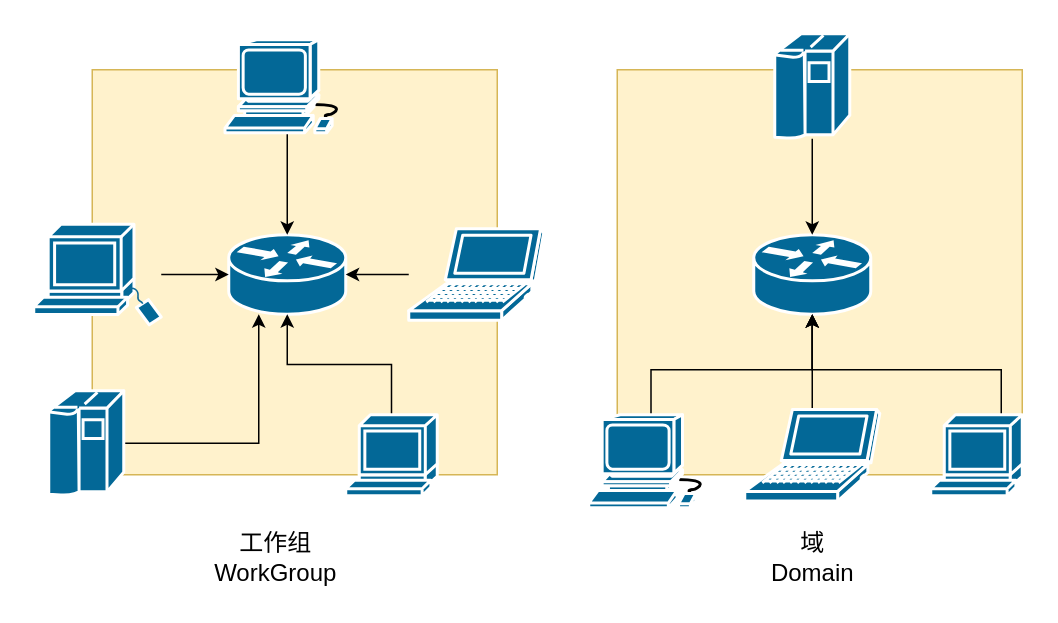
Earlier version of the draw.io diagram assets/img/Integrated/Windows/笔记/域/1.drawio (ffffffff0x/1earn). Source tidied: cells renumbered, new cells numbered last; positions are measured from the earlier drawing's top-left corner, leaving out a move shared by most shapes. Both pictures are drawn from the tidied source at 150%, with x=0, y=0 at pixel (33, 33).
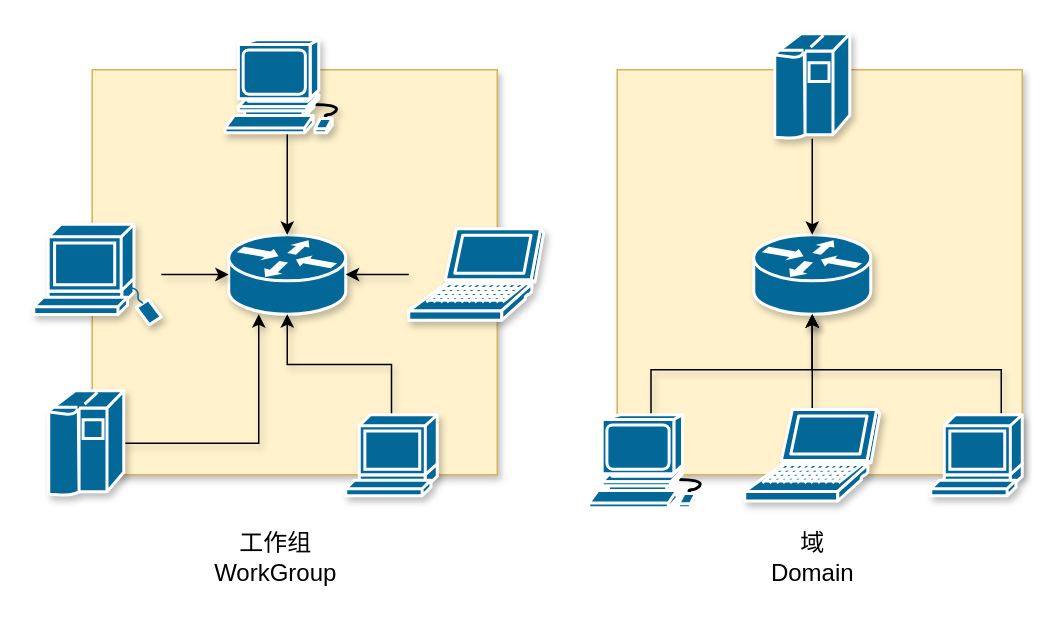
After the change.

The change refers to these unchanged cells:
```xml
<mxCell id="22" style="shape=mxgraph.cisco.computers_and_peripherals.workstation;html=1;dashed=0;fillColor=#036897;strokeColor=#ffffff;strokeWidth=2;verticalLabelPosition=bottom;verticalAlign=top;align=center;outlineConnect=0;" parent="1" vertex="1">
  <mxGeometry x="370" y="254" width="83" height="62" as="geometry" />
</mxCell>
```

Diff of the diagram source:
```diff
@@
-    <mxCell id="2" style="whiteSpace=wrap;html=1;fillColor=#fff2cc;strokeColor=#d6b656;" parent="1" vertex="1">
+    <mxCell id="2" style="whiteSpace=wrap;html=1;fillColor=#fff2cc;strokeColor=#d6b656;shadow=1;" parent="1" vertex="1">
       <mxGeometry x="39" y="24" width="270" height="270" as="geometry" />
     </mxCell>
-    <mxCell id="3" style="shape=mxgraph.cisco.routers.router;html=1;dashed=0;fillColor=#036897;strokeColor=#ffffff;strokeWidth=2;verticalLabelPosition=bottom;verticalAlign=top;align=center;outlineConnect=0;" parent="1" vertex="1">
+    <mxCell id="3" style="shape=mxgraph.cisco.routers.router;html=1;dashed=0;fillColor=#036897;strokeColor=#ffffff;strokeWidth=2;verticalLabelPosition=bottom;verticalAlign=top;align=center;outlineConnect=0;shadow=1;" parent="1" vertex="1">
       <mxGeometry x="130" y="134" width="78" height="53" as="geometry" />
     </mxCell>
-    <mxCell id="4" style="edgeStyle=orthogonalEdgeStyle;rounded=0;jettySize=auto;html=1;" parent="1" edge="1" source="5" target="3">
+    <mxCell id="4" style="edgeStyle=orthogonalEdgeStyle;rounded=0;jettySize=auto;html=1;shadow=1;" parent="1" edge="1" source="5" target="3">
       <mxGeometry relative="1" as="geometry" />
     </mxCell>
-    <mxCell id="5" style="shape=mxgraph.cisco.computers_and_peripherals.laptop;html=1;dashed=0;fillColor=#036897;strokeColor=#ffffff;strokeWidth=2;verticalLabelPosition=bottom;verticalAlign=top;align=center;outlineConnect=0;" parent="1" vertex="1">
+    <mxCell id="5" style="shape=mxgraph.cisco.computers_and_peripherals.laptop;html=1;dashed=0;fillColor=#036897;strokeColor=#ffffff;strokeWidth=2;verticalLabelPosition=bottom;verticalAlign=top;align=center;outlineConnect=0;shadow=1;" parent="1" vertex="1">
       <mxGeometry x="250" y="130" width="90" height="61" as="geometry" />
     </mxCell>
-    <mxCell id="6" style="edgeStyle=orthogonalEdgeStyle;rounded=0;jettySize=auto;html=1;" parent="1" edge="1" source="7" target="3">
+    <mxCell id="6" style="edgeStyle=orthogonalEdgeStyle;rounded=0;jettySize=auto;html=1;shadow=1;" parent="1" edge="1" source="7" target="3">
       <mxGeometry relative="1" as="geometry" />
     </mxCell>
-    <mxCell id="7" style="shape=mxgraph.cisco.computers_and_peripherals.terminal;html=1;dashed=0;fillColor=#036897;strokeColor=#ffffff;strokeWidth=2;verticalLabelPosition=bottom;verticalAlign=top;align=center;outlineConnect=0;" parent="1" vertex="1">
+    <mxCell id="7" style="shape=mxgraph.cisco.computers_and_peripherals.terminal;html=1;dashed=0;fillColor=#036897;strokeColor=#ffffff;strokeWidth=2;verticalLabelPosition=bottom;verticalAlign=top;align=center;outlineConnect=0;shadow=1;" parent="1" vertex="1">
       <mxGeometry x="208" y="254" width="61" height="54" as="geometry" />
     </mxCell>
-    <mxCell id="8" style="edgeStyle=orthogonalEdgeStyle;rounded=0;jettySize=auto;html=1;" parent="1" edge="1" source="9" target="3">
+    <mxCell id="8" style="edgeStyle=orthogonalEdgeStyle;rounded=0;jettySize=auto;html=1;shadow=1;" parent="1" edge="1" source="9" target="3">
       <mxGeometry relative="1" as="geometry" />
     </mxCell>
-    <mxCell id="9" style="shape=mxgraph.cisco.computers_and_peripherals.sun_workstation;html=1;dashed=0;fillColor=#036897;strokeColor=#ffffff;strokeWidth=2;verticalLabelPosition=bottom;verticalAlign=top;align=center;outlineConnect=0;" parent="1" vertex="1">
+    <mxCell id="9" style="shape=mxgraph.cisco.computers_and_peripherals.sun_workstation;html=1;dashed=0;fillColor=#036897;strokeColor=#ffffff;strokeWidth=2;verticalLabelPosition=bottom;verticalAlign=top;align=center;outlineConnect=0;shadow=1;" parent="1" vertex="1">
       <mxGeometry y="127" width="85" height="67" as="geometry" />
     </mxCell>
-    <mxCell id="10" style="edgeStyle=orthogonalEdgeStyle;rounded=0;jettySize=auto;html=1;" parent="1" edge="1" source="11" target="3">
+    <mxCell id="10" style="edgeStyle=orthogonalEdgeStyle;rounded=0;jettySize=auto;html=1;shadow=1;" parent="1" edge="1" source="11" target="3">
       <mxGeometry relative="1" as="geometry" />
     </mxCell>
-    <mxCell id="11" style="shape=mxgraph.cisco.computers_and_peripherals.workstation;html=1;dashed=0;fillColor=#036897;strokeColor=#ffffff;strokeWidth=2;verticalLabelPosition=bottom;verticalAlign=top;align=center;outlineConnect=0;" parent="1" vertex="1">
+    <mxCell id="11" style="shape=mxgraph.cisco.computers_and_peripherals.workstation;html=1;dashed=0;fillColor=#036897;strokeColor=#ffffff;strokeWidth=2;verticalLabelPosition=bottom;verticalAlign=top;align=center;outlineConnect=0;shadow=1;" parent="1" vertex="1">
       <mxGeometry x="127.5" y="4" width="83" height="62" as="geometry" />
     </mxCell>
-    <mxCell id="12" style="edgeStyle=orthogonalEdgeStyle;rounded=0;jettySize=auto;html=1;" parent="1" edge="1" source="13" target="3">
+    <mxCell id="12" style="edgeStyle=orthogonalEdgeStyle;rounded=0;jettySize=auto;html=1;shadow=1;" parent="1" edge="1" source="13" target="3">
       <mxGeometry relative="1" as="geometry">
         <Array as="points">
           <mxPoint x="150" y="273" />
         </Array>
       </mxGeometry>
     </mxCell>
-    <mxCell id="13" style="shape=mxgraph.cisco.computers_and_peripherals.ibm_mainframe;html=1;dashed=0;fillColor=#036897;strokeColor=#ffffff;strokeWidth=2;verticalLabelPosition=bottom;verticalAlign=top;align=center;outlineConnect=0;" parent="1" vertex="1">
+    <mxCell id="13" style="shape=mxgraph.cisco.computers_and_peripherals.ibm_mainframe;html=1;dashed=0;fillColor=#036897;strokeColor=#ffffff;strokeWidth=2;verticalLabelPosition=bottom;verticalAlign=top;align=center;outlineConnect=0;shadow=1;" parent="1" vertex="1">
       <mxGeometry x="10" y="238" width="50" height="70" as="geometry" />
     </mxCell>
-    <mxCell id="14" value="工作组&lt;br style=&quot;font-size: 16px;&quot;&gt;WorkGroup" style="text;html=1;align=center;verticalAlign=middle;fontSize=16;" parent="1" vertex="1">
+    <mxCell id="14" value="工作组&lt;br style=&quot;font-size: 16px;&quot;&gt;WorkGroup" style="text;html=1;align=center;verticalAlign=middle;fontSize=16;shadow=1;" parent="1" vertex="1">
       <mxGeometry x="110.5" y="329" width="100" height="40" as="geometry" />
     </mxCell>
-    <mxCell id="15" style="whiteSpace=wrap;html=1;fillColor=#fff2cc;strokeColor=#d6b656;" parent="1" vertex="1">
+    <mxCell id="15" style="whiteSpace=wrap;html=1;fillColor=#fff2cc;strokeColor=#d6b656;shadow=1;" parent="1" vertex="1">
       <mxGeometry x="389" y="24" width="270" height="270" as="geometry" />
     </mxCell>
-    <mxCell id="16" style="shape=mxgraph.cisco.routers.router;html=1;dashed=0;fillColor=#036897;strokeColor=#ffffff;strokeWidth=2;verticalLabelPosition=bottom;verticalAlign=top;align=center;outlineConnect=0;" parent="1" vertex="1">
+    <mxCell id="16" style="shape=mxgraph.cisco.routers.router;html=1;dashed=0;fillColor=#036897;strokeColor=#ffffff;strokeWidth=2;verticalLabelPosition=bottom;verticalAlign=top;align=center;outlineConnect=0;shadow=1;" parent="1" vertex="1">
       <mxGeometry x="480" y="134" width="78" height="53" as="geometry" />
     </mxCell>
-    <mxCell id="17" style="edgeStyle=orthogonalEdgeStyle;rounded=0;jettySize=auto;html=1;" parent="1" edge="1" source="18" target="16">
+    <mxCell id="17" style="edgeStyle=orthogonalEdgeStyle;rounded=0;jettySize=auto;html=1;shadow=1;" parent="1" edge="1" source="18" target="16">
       <mxGeometry relative="1" as="geometry" />
     </mxCell>
-    <mxCell id="18" style="shape=mxgraph.cisco.computers_and_peripherals.laptop;html=1;dashed=0;fillColor=#036897;strokeColor=#ffffff;strokeWidth=2;verticalLabelPosition=bottom;verticalAlign=top;align=center;outlineConnect=0;" parent="1" vertex="1">
+    <mxCell id="18" style="shape=mxgraph.cisco.computers_and_peripherals.laptop;html=1;dashed=0;fillColor=#036897;strokeColor=#ffffff;strokeWidth=2;verticalLabelPosition=bottom;verticalAlign=top;align=center;outlineConnect=0;shadow=1;" parent="1" vertex="1">
       <mxGeometry x="474" y="250.5" width="90" height="61" as="geometry" />
     </mxCell>
-    <mxCell id="19" style="edgeStyle=orthogonalEdgeStyle;rounded=0;jettySize=auto;html=1;" parent="1" edge="1" source="20" target="16">
+    <mxCell id="19" style="edgeStyle=orthogonalEdgeStyle;rounded=0;jettySize=auto;html=1;shadow=1;" parent="1" edge="1" source="20" target="16">
       <mxGeometry relative="1" as="geometry">
         <Array as="points">
           <mxPoint x="645" y="224" />
           <mxPoint x="519" y="224" />
         </Array>
       </mxGeometry>
     </mxCell>
-    <mxCell id="20" style="shape=mxgraph.cisco.computers_and_peripherals.terminal;html=1;dashed=0;fillColor=#036897;strokeColor=#ffffff;strokeWidth=2;verticalLabelPosition=bottom;verticalAlign=top;align=center;outlineConnect=0;" parent="1" vertex="1">
+    <mxCell id="20" style="shape=mxgraph.cisco.computers_and_peripherals.terminal;html=1;dashed=0;fillColor=#036897;strokeColor=#ffffff;strokeWidth=2;verticalLabelPosition=bottom;verticalAlign=top;align=center;outlineConnect=0;shadow=1;" parent="1" vertex="1">
       <mxGeometry x="598" y="254" width="61" height="54" as="geometry" />
     </mxCell>
-    <mxCell id="21" style="edgeStyle=orthogonalEdgeStyle;rounded=0;jettySize=auto;html=1;" parent="1" edge="1" source="22" target="16">
+    <mxCell id="21" style="edgeStyle=orthogonalEdgeStyle;rounded=0;jettySize=auto;html=1;shadow=1;" parent="1" edge="1" source="22" target="16">
       <mxGeometry relative="1" as="geometry">
         <Array as="points">
           <mxPoint x="412" y="224" />
           <mxPoint x="519" y="224" />
         </Array>
       </mxGeometry>
     </mxCell>
@@
-    <mxCell id="23" style="edgeStyle=orthogonalEdgeStyle;rounded=0;jettySize=auto;html=1;fontSize=16;" parent="1" edge="1" source="24" target="16">
+    <mxCell id="23" style="edgeStyle=orthogonalEdgeStyle;rounded=0;jettySize=auto;html=1;fontSize=16;shadow=1;" parent="1" edge="1" source="24" target="16">
       <mxGeometry relative="1" as="geometry" />
     </mxCell>
-    <mxCell id="24" style="shape=mxgraph.cisco.computers_and_peripherals.ibm_mainframe;html=1;dashed=0;fillColor=#036897;strokeColor=#ffffff;strokeWidth=2;verticalLabelPosition=bottom;verticalAlign=top;align=center;outlineConnect=0;" parent="1" vertex="1">
+    <mxCell id="24" style="shape=mxgraph.cisco.computers_and_peripherals.ibm_mainframe;html=1;dashed=0;fillColor=#036897;strokeColor=#ffffff;strokeWidth=2;verticalLabelPosition=bottom;verticalAlign=top;align=center;outlineConnect=0;shadow=1;" parent="1" vertex="1">
       <mxGeometry x="494" width="50" height="70" as="geometry" />
     </mxCell>
-    <mxCell id="25" value="域&lt;br style=&quot;font-size: 16px&quot;&gt;Domain" style="text;html=1;align=center;verticalAlign=middle;fontSize=16;" parent="1" vertex="1">
+    <mxCell id="25" value="域&lt;br style=&quot;font-size: 16px&quot;&gt;Domain" style="text;html=1;align=center;verticalAlign=middle;fontSize=16;shadow=1;" parent="1" vertex="1">
       <mxGeometry x="484" y="329" width="70" height="40" as="geometry" />
     </mxCell>
```
